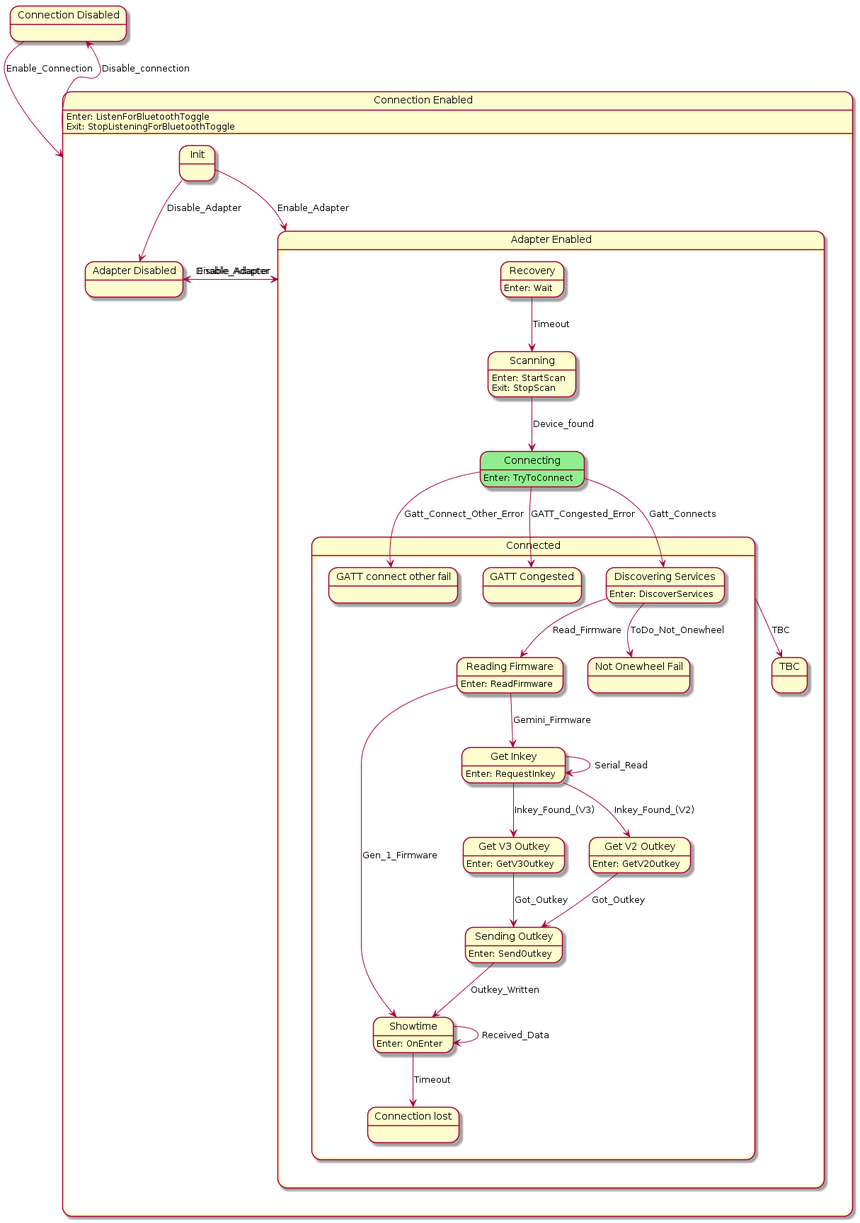
tekkies/android-ponewheel keeps this PlantUML diagram as doc/ponewheel-state.png. Above is the earlier version.
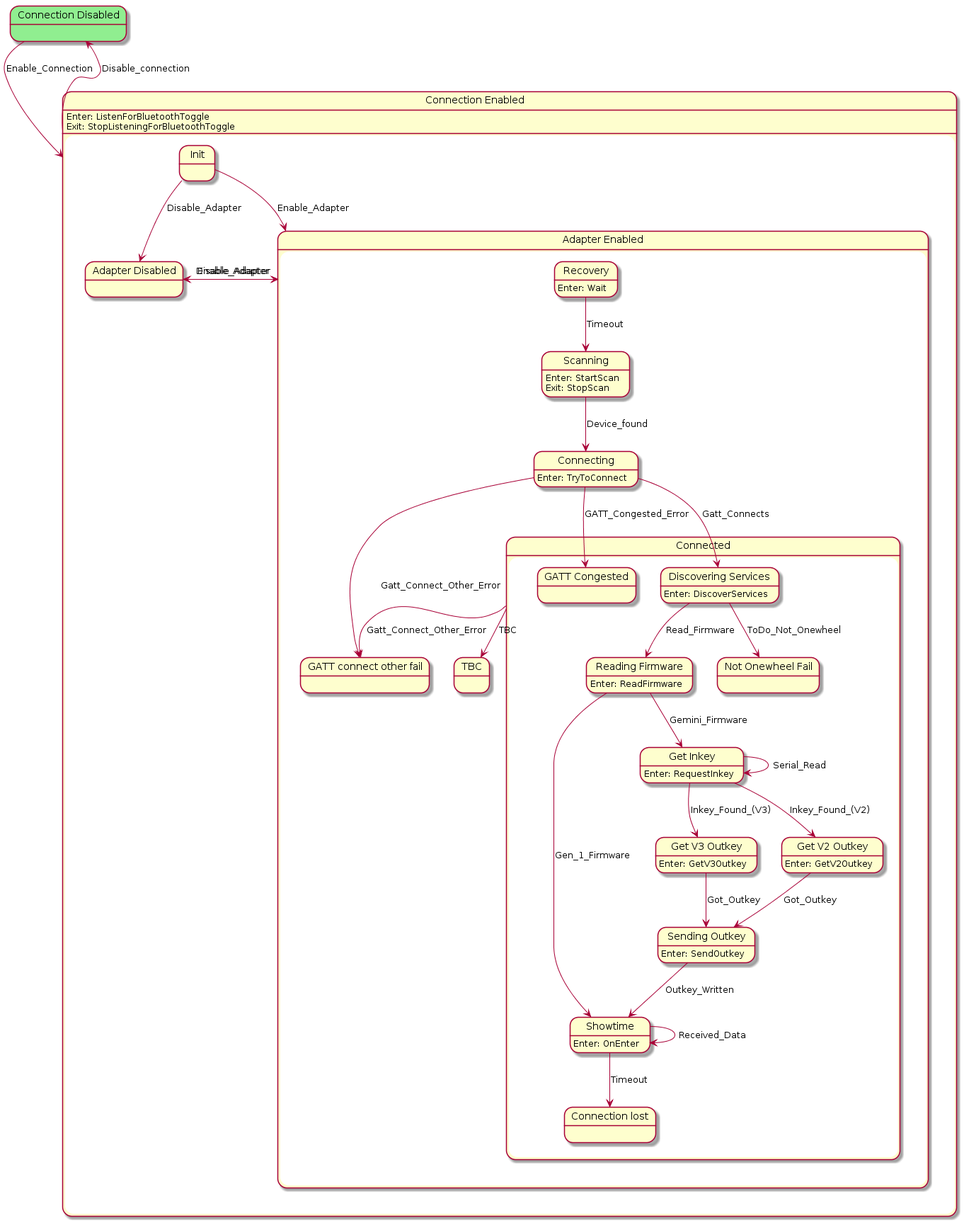
After the commit.

The edit, as a diff of the source:
```diff
@@ -22,8 +22,6 @@
             state "Sending Outkey" as Sending_Outkey  {
 Sending_Outkey : Enter: SendOutkey
             }
-            state "GATT connect other fail" as GATT_connect_other_fail  {
-            }
             state "GATT Congested" as GATT_Congested  {
             }
             state "Not Onewheel Fail" as Not_Onewheel_Fail  {
@@ -34,11 +32,13 @@
 Discovering_Services : Enter: DiscoverServices
             }
         }
-        state "Connecting" as Connecting #LightGreen {
+        state "Connecting" as Connecting  {
 Connecting : Enter: TryToConnect
         }
         state "Recovery" as Recovery  {
 Recovery : Enter: Wait
+        }
+        state "GATT connect other fail" as GATT_connect_other_fail  {
         }
         state "TBC" as TBC  {
         }
@@ -50,7 +50,7 @@
     }
 Connection_Enabled : Enter: ListenForBluetoothToggle\nExit: StopListeningForBluetoothToggle
 }
-state "Connection Disabled" as Connection_Disabled  {
+state "Connection Disabled" as Connection_Disabled #LightGreen {
 }
 Adapter_Disabled --> Adapter_Enabled : Enable_Adapter
 Reading_Firmware --> Showtime : Gen_1_Firmware
@@ -66,6 +66,7 @@
 Discovering_Services --> Not_Onewheel_Fail : ToDo_Not_Onewheel
 Discovering_Services --> Reading_Firmware : Read_Firmware
 Connected --> TBC : TBC
+Connected --> GATT_connect_other_fail : Gatt_Connect_Other_Error
 Connecting --> Discovering_Services : Gatt_Connects
 Connecting --> GATT_connect_other_fail : Gatt_Connect_Other_Error
 Connecting --> GATT_Congested : GATT_Congested_Error
```
